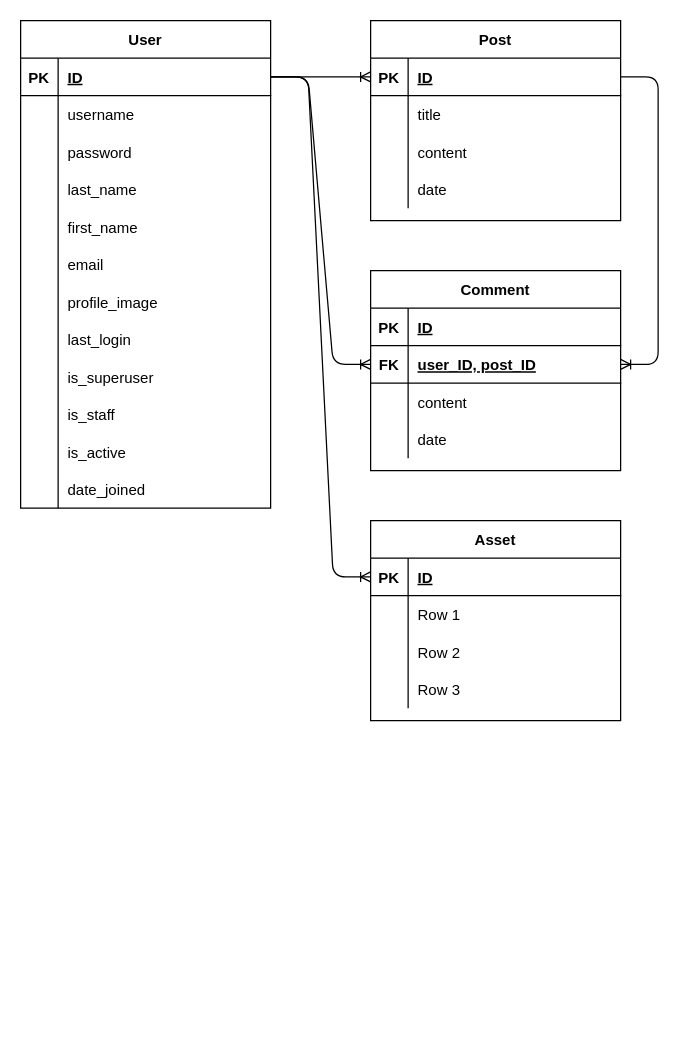
Above: plan/erd.drawio in onedaydev/OneDayAdventure (draw.io), before the change. Source tidied: cells renumbered, new cells numbered last; positions are measured from the earlier drawing's top-left corner, leaving out a move shared by most shapes. Both pictures are drawn from the tidied source at 125%, with x=0, y=0 at pixel (20, 20).
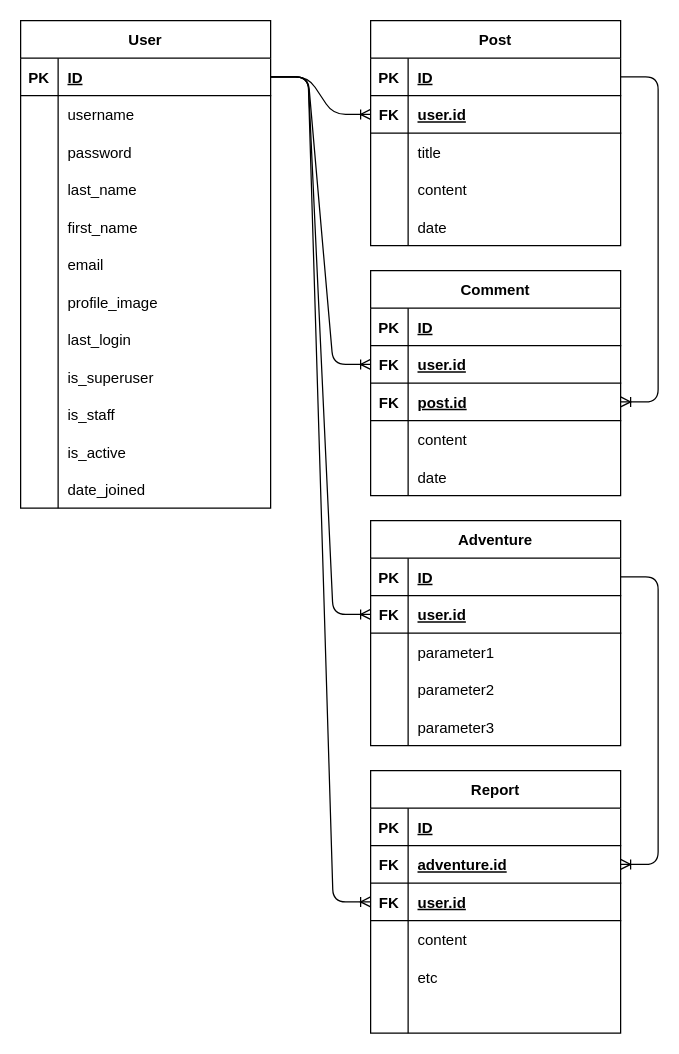
After the change.

The change refers to these unchanged cells:
```xml
<mxCell id="5" value="ID" style="shape=partialRectangle;fillColor=none;top=0;left=0;bottom=0;right=0;align=left;spacingLeft=6;fontStyle=5;overflow=hidden;" parent="3" vertex="1">
  <mxGeometry x="30" width="170" height="30" as="geometry" />
</mxCell>
<mxCell id="43" style="shape=tableRow;horizontal=0;startSize=0;swimlaneHead=0;swimlaneBody=0;fillColor=none;points=[[0,0.5],[1,0.5]];portConstraint=eastwest;top=0;left=0;right=0;bottom=1;" parent="39" vertex="1">
  <mxGeometry y="60" width="200" height="30" as="geometry" />
</mxCell>
<mxCell id="53" style="shape=tableRow;horizontal=0;startSize=0;swimlaneHead=0;swimlaneBody=0;fillColor=none;points=[[0,0.5],[1,0.5]];portConstraint=eastwest;top=0;left=0;right=0;bottom=1;" parent="52" vertex="1">
  <mxGeometry y="30" width="200" height="30" as="geometry" />
</mxCell>
<mxCell id="66" style="shape=tableRow;horizontal=0;startSize=0;swimlaneHead=0;swimlaneBody=0;fillColor=none;points=[[0,0.5],[1,0.5]];portConstraint=eastwest;top=0;left=0;right=0;bottom=1;" parent="65" vertex="1">
  <mxGeometry y="30" width="200" height="30" as="geometry" />
</mxCell>
```

The edit, as a diff of the source:
```diff
@@
     <mxCell id="39" value="Comment" style="shape=table;startSize=30;childLayout=tableLayout;rowLines=0;fontStyle=1;align=center;" parent="1" vertex="1">
-      <mxGeometry x="280" y="200" width="200" height="160" as="geometry" />
+      <mxGeometry x="280" y="200" width="200" height="180" as="geometry" />
     </mxCell>
@@
-    <mxCell id="45" value="user_ID, post_ID" style="shape=partialRectangle;fillColor=none;top=0;left=0;bottom=0;right=0;align=left;spacingLeft=6;fontStyle=5;overflow=hidden;" parent="43" vertex="1">
+    <mxCell id="45" value="user.id" style="shape=partialRectangle;fillColor=none;top=0;left=0;bottom=0;right=0;align=left;spacingLeft=6;fontStyle=5;overflow=hidden;" parent="43" vertex="1">
       <mxGeometry x="30" width="170" height="30" as="geometry" />
     </mxCell>
+    <mxCell id="82" style="shape=tableRow;horizontal=0;startSize=0;swimlaneHead=0;swimlaneBody=0;fillColor=none;points=[[0,0.5],[1,0.5]];portConstraint=eastwest;top=0;left=0;right=0;bottom=1;" parent="39" vertex="1">
+      <mxGeometry y="90" width="200" height="30" as="geometry" />
+    </mxCell>
+    <mxCell id="83" value="FK" style="shape=partialRectangle;fillColor=none;top=0;left=0;bottom=0;right=0;fontStyle=1;overflow=hidden;" parent="82" vertex="1">
+      <mxGeometry width="30" height="30" as="geometry" />
+    </mxCell>
+    <mxCell id="84" value="post.id" style="shape=partialRectangle;fillColor=none;top=0;left=0;bottom=0;right=0;align=left;spacingLeft=6;fontStyle=5;overflow=hidden;" parent="82" vertex="1">
+      <mxGeometry x="30" width="170" height="30" as="geometry" />
+    </mxCell>
     <mxCell id="46" style="shape=tableRow;horizontal=0;startSize=0;swimlaneHead=0;swimlaneBody=0;fillColor=none;top=0;left=0;right=0;bottom=0;" parent="39" vertex="1">
-      <mxGeometry y="90" width="200" height="30" as="geometry" />
+      <mxGeometry y="120" width="200" height="30" as="geometry" />
     </mxCell>
@@
     <mxCell id="49" style="shape=tableRow;horizontal=0;startSize=0;swimlaneHead=0;swimlaneBody=0;fillColor=none;top=0;left=0;right=0;bottom=0;" parent="39" vertex="1">
-      <mxGeometry y="120" width="200" height="30" as="geometry" />
+      <mxGeometry y="150" width="200" height="30" as="geometry" />
     </mxCell>
@@
     <mxCell id="52" value="Post" style="shape=table;startSize=30;childLayout=tableLayout;rowLines=0;fontStyle=1;align=center;" parent="1" vertex="1">
-      <mxGeometry x="280" width="200" height="160" as="geometry" />
+      <mxGeometry x="280" width="200" height="180" as="geometry" />
     </mxCell>
@@
+    <mxCell id="85" style="shape=tableRow;horizontal=0;startSize=0;swimlaneHead=0;swimlaneBody=0;fillColor=none;points=[[0,0.5],[1,0.5]];portConstraint=eastwest;top=0;left=0;right=0;bottom=1;" parent="52" vertex="1">
+      <mxGeometry y="60" width="200" height="30" as="geometry" />
+    </mxCell>
+    <mxCell id="86" value="FK" style="shape=partialRectangle;fillColor=none;top=0;left=0;bottom=0;right=0;fontStyle=1;overflow=hidden;" parent="85" vertex="1">
+      <mxGeometry width="30" height="30" as="geometry" />
+    </mxCell>
+    <mxCell id="87" value="user.id" style="shape=partialRectangle;fillColor=none;top=0;left=0;bottom=0;right=0;align=left;spacingLeft=6;fontStyle=5;overflow=hidden;" parent="85" vertex="1">
+      <mxGeometry x="30" width="170" height="30" as="geometry" />
+    </mxCell>
     <mxCell id="56" style="shape=tableRow;horizontal=0;startSize=0;swimlaneHead=0;swimlaneBody=0;fillColor=none;top=0;left=0;right=0;bottom=0;" parent="52" vertex="1">
-      <mxGeometry y="60" width="200" height="30" as="geometry" />
+      <mxGeometry y="90" width="200" height="30" as="geometry" />
     </mxCell>
@@
     <mxCell id="59" style="shape=tableRow;horizontal=0;startSize=0;swimlaneHead=0;swimlaneBody=0;fillColor=none;top=0;left=0;right=0;bottom=0;" parent="52" vertex="1">
-      <mxGeometry y="90" width="200" height="30" as="geometry" />
+      <mxGeometry y="120" width="200" height="30" as="geometry" />
     </mxCell>
@@
     <mxCell id="62" style="shape=tableRow;horizontal=0;startSize=0;swimlaneHead=0;swimlaneBody=0;fillColor=none;top=0;left=0;right=0;bottom=0;" parent="52" vertex="1">
-      <mxGeometry y="120" width="200" height="30" as="geometry" />
+      <mxGeometry y="150" width="200" height="30" as="geometry" />
     </mxCell>
@@
-    <mxCell id="65" value="Asset" style="shape=table;startSize=30;childLayout=tableLayout;rowLines=0;fontStyle=1;align=center;" parent="1" vertex="1">
-      <mxGeometry x="280" y="400" width="200" height="160" as="geometry" />
+    <mxCell id="65" value="Adventure" style="shape=table;startSize=30;childLayout=tableLayout;rowLines=0;fontStyle=1;align=center;" parent="1" vertex="1">
+      <mxGeometry x="280" y="400" width="200" height="180" as="geometry" />
     </mxCell>
@@
+    <mxCell id="88" style="shape=tableRow;horizontal=0;startSize=0;swimlaneHead=0;swimlaneBody=0;fillColor=none;points=[[0,0.5],[1,0.5]];portConstraint=eastwest;top=0;left=0;right=0;bottom=1;" parent="65" vertex="1">
+      <mxGeometry y="60" width="200" height="30" as="geometry" />
+    </mxCell>
+    <mxCell id="89" value="FK" style="shape=partialRectangle;fillColor=none;top=0;left=0;bottom=0;right=0;fontStyle=1;overflow=hidden;" parent="88" vertex="1">
+      <mxGeometry width="30" height="30" as="geometry" />
+    </mxCell>
+    <mxCell id="90" value="user.id" style="shape=partialRectangle;fillColor=none;top=0;left=0;bottom=0;right=0;align=left;spacingLeft=6;fontStyle=5;overflow=hidden;" parent="88" vertex="1">
+      <mxGeometry x="30" width="170" height="30" as="geometry" />
+    </mxCell>
     <mxCell id="69" style="shape=tableRow;horizontal=0;startSize=0;swimlaneHead=0;swimlaneBody=0;fillColor=none;top=0;left=0;right=0;bottom=0;" parent="65" vertex="1">
-      <mxGeometry y="60" width="200" height="30" as="geometry" />
+      <mxGeometry y="90" width="200" height="30" as="geometry" />
     </mxCell>
@@
-    <mxCell id="71" value="Row 1" style="shape=partialRectangle;fillColor=none;top=0;left=0;bottom=0;right=0;align=left;spacingLeft=6;overflow=hidden;" parent="69" vertex="1">
+    <mxCell id="71" value="parameter1" style="shape=partialRectangle;fillColor=none;top=0;left=0;bottom=0;right=0;align=left;spacingLeft=6;overflow=hidden;" parent="69" vertex="1">
       <mxGeometry x="30" width="170" height="30" as="geometry" />
     </mxCell>
     <mxCell id="72" style="shape=tableRow;horizontal=0;startSize=0;swimlaneHead=0;swimlaneBody=0;fillColor=none;top=0;left=0;right=0;bottom=0;" parent="65" vertex="1">
-      <mxGeometry y="90" width="200" height="30" as="geometry" />
+      <mxGeometry y="120" width="200" height="30" as="geometry" />
     </mxCell>
@@
-    <mxCell id="74" value="Row 2" style="shape=partialRectangle;fillColor=none;top=0;left=0;bottom=0;right=0;align=left;spacingLeft=6;overflow=hidden;" parent="72" vertex="1">
+    <mxCell id="74" value="parameter2" style="shape=partialRectangle;fillColor=none;top=0;left=0;bottom=0;right=0;align=left;spacingLeft=6;overflow=hidden;" parent="72" vertex="1">
       <mxGeometry x="30" width="170" height="30" as="geometry" />
     </mxCell>
     <mxCell id="75" style="shape=tableRow;horizontal=0;startSize=0;swimlaneHead=0;swimlaneBody=0;fillColor=none;top=0;left=0;right=0;bottom=0;" parent="65" vertex="1">
-      <mxGeometry y="120" width="200" height="30" as="geometry" />
+      <mxGeometry y="150" width="200" height="30" as="geometry" />
     </mxCell>
@@
-    <mxCell id="77" value="Row 3" style="shape=partialRectangle;fillColor=none;top=0;left=0;bottom=0;right=0;align=left;spacingLeft=6;overflow=hidden;" parent="75" vertex="1">
+    <mxCell id="77" value="parameter3" style="shape=partialRectangle;fillColor=none;top=0;left=0;bottom=0;right=0;align=left;spacingLeft=6;overflow=hidden;" parent="75" vertex="1">
       <mxGeometry x="30" width="170" height="30" as="geometry" />
     </mxCell>
-    <mxCell id="78" style="edgeStyle=entityRelationEdgeStyle;fontSize=12;html=1;endArrow=ERoneToMany;exitX=1;exitY=0.5;exitDx=0;exitDy=0;entryX=1;entryY=0.5;entryDx=0;entryDy=0;" parent="1" edge="1" source="53" target="43">
+    <mxCell id="78" style="edgeStyle=entityRelationEdgeStyle;fontSize=12;html=1;endArrow=ERoneToMany;exitX=1;exitY=0.5;exitDx=0;exitDy=0;entryX=1;entryY=0.5;entryDx=0;entryDy=0;" parent="1" edge="1" source="53" target="82">
       <mxGeometry relative="1" as="geometry" />
     </mxCell>
-    <mxCell id="79" style="edgeStyle=entityRelationEdgeStyle;fontSize=12;html=1;endArrow=ERoneToMany;entryX=0;entryY=0.5;entryDx=0;entryDy=0;exitX=1;exitY=0.5;exitDx=0;exitDy=0;" parent="1" edge="1" source="5" target="53">
+    <mxCell id="79" style="edgeStyle=entityRelationEdgeStyle;fontSize=12;html=1;endArrow=ERoneToMany;entryX=0;entryY=0.5;entryDx=0;entryDy=0;exitX=1;exitY=0.5;exitDx=0;exitDy=0;" parent="1" edge="1" source="5" target="85">
       <mxGeometry relative="1" as="geometry" />
     </mxCell>
@@
-    <mxCell id="81" style="edgeStyle=entityRelationEdgeStyle;fontSize=12;html=1;endArrow=ERoneToMany;entryX=0;entryY=0.5;entryDx=0;entryDy=0;exitX=1;exitY=0.5;exitDx=0;exitDy=0;" parent="1" edge="1" source="5" target="66">
+    <mxCell id="81" style="edgeStyle=entityRelationEdgeStyle;fontSize=12;html=1;endArrow=ERoneToMany;entryX=0;entryY=0.5;entryDx=0;entryDy=0;exitX=1;exitY=0.5;exitDx=0;exitDy=0;" parent="1" edge="1" source="5" target="88">
       <mxGeometry relative="1" as="geometry" />
     </mxCell>
+    <mxCell id="91" value="Report" style="shape=table;startSize=30;childLayout=tableLayout;rowLines=0;fontStyle=1;align=center;" parent="1" vertex="1">
+      <mxGeometry x="280" y="600" width="200" height="210" as="geometry" />
+    </mxCell>
+    <mxCell id="92" style="shape=tableRow;horizontal=0;startSize=0;swimlaneHead=0;swimlaneBody=0;fillColor=none;top=0;left=0;right=0;bottom=1;" parent="91" vertex="1">
+      <mxGeometry y="30" width="200" height="30" as="geometry" />
+    </mxCell>
+    <mxCell id="93" value="PK" style="shape=partialRectangle;fillColor=none;top=0;left=0;bottom=0;right=0;fontStyle=1;overflow=hidden;" parent="92" vertex="1">
+      <mxGeometry width="30" height="30" as="geometry" />
+    </mxCell>
+    <mxCell id="94" value="ID" style="shape=partialRectangle;fillColor=none;top=0;left=0;bottom=0;right=0;align=left;spacingLeft=6;fontStyle=5;overflow=hidden;" parent="92" vertex="1">
+      <mxGeometry x="30" width="170" height="30" as="geometry" />
+    </mxCell>
+    <mxCell id="95" style="shape=tableRow;horizontal=0;startSize=0;swimlaneHead=0;swimlaneBody=0;fillColor=none;points=[[0,0.5],[1,0.5]];portConstraint=eastwest;top=0;left=0;right=0;bottom=1;" parent="91" vertex="1">
+      <mxGeometry y="60" width="200" height="30" as="geometry" />
+    </mxCell>
+    <mxCell id="96" value="FK" style="shape=partialRectangle;fillColor=none;top=0;left=0;bottom=0;right=0;fontStyle=1;overflow=hidden;" parent="95" vertex="1">
+      <mxGeometry width="30" height="30" as="geometry" />
+    </mxCell>
+    <mxCell id="97" value="adventure.id" style="shape=partialRectangle;fillColor=none;top=0;left=0;bottom=0;right=0;align=left;spacingLeft=6;fontStyle=5;overflow=hidden;" parent="95" vertex="1">
+      <mxGeometry x="30" width="170" height="30" as="geometry" />
+    </mxCell>
+    <mxCell id="98" style="shape=tableRow;horizontal=0;startSize=0;swimlaneHead=0;swimlaneBody=0;fillColor=none;points=[[0,0.5],[1,0.5]];portConstraint=eastwest;top=0;left=0;right=0;bottom=1;" parent="91" vertex="1">
+      <mxGeometry y="90" width="200" height="30" as="geometry" />
+    </mxCell>
+    <mxCell id="99" value="FK" style="shape=partialRectangle;fillColor=none;top=0;left=0;bottom=0;right=0;fontStyle=1;overflow=hidden;" parent="98" vertex="1">
+      <mxGeometry width="30" height="30" as="geometry" />
+    </mxCell>
+    <mxCell id="100" value="user.id" style="shape=partialRectangle;fillColor=none;top=0;left=0;bottom=0;right=0;align=left;spacingLeft=6;fontStyle=5;overflow=hidden;" parent="98" vertex="1">
+      <mxGeometry x="30" width="170" height="30" as="geometry" />
+    </mxCell>
+    <mxCell id="101" style="shape=tableRow;horizontal=0;startSize=0;swimlaneHead=0;swimlaneBody=0;fillColor=none;top=0;left=0;right=0;bottom=0;" parent="91" vertex="1">
+      <mxGeometry y="120" width="200" height="30" as="geometry" />
+    </mxCell>
+    <mxCell id="102" style="shape=partialRectangle;fillColor=none;top=0;left=0;bottom=0;right=0;overflow=hidden;" parent="101" vertex="1">
+      <mxGeometry width="30" height="30" as="geometry" />
+    </mxCell>
+    <mxCell id="103" value="content" style="shape=partialRectangle;fillColor=none;top=0;left=0;bottom=0;right=0;align=left;spacingLeft=6;overflow=hidden;" parent="101" vertex="1">
+      <mxGeometry x="30" width="170" height="30" as="geometry" />
+    </mxCell>
+    <mxCell id="104" style="shape=tableRow;horizontal=0;startSize=0;swimlaneHead=0;swimlaneBody=0;fillColor=none;top=0;left=0;right=0;bottom=0;" parent="91" vertex="1">
+      <mxGeometry y="150" width="200" height="30" as="geometry" />
+    </mxCell>
+    <mxCell id="105" style="shape=partialRectangle;fillColor=none;top=0;left=0;bottom=0;right=0;overflow=hidden;" parent="104" vertex="1">
+      <mxGeometry width="30" height="30" as="geometry" />
+    </mxCell>
+    <mxCell id="106" value="etc" style="shape=partialRectangle;fillColor=none;top=0;left=0;bottom=0;right=0;align=left;spacingLeft=6;overflow=hidden;" parent="104" vertex="1">
+      <mxGeometry x="30" width="170" height="30" as="geometry" />
+    </mxCell>
+    <mxCell id="107" style="shape=tableRow;horizontal=0;startSize=0;swimlaneHead=0;swimlaneBody=0;fillColor=none;top=0;left=0;right=0;bottom=0;" parent="91" vertex="1">
+      <mxGeometry y="180" width="200" height="30" as="geometry" />
+    </mxCell>
+    <mxCell id="108" style="shape=partialRectangle;fillColor=none;top=0;left=0;bottom=0;right=0;overflow=hidden;" parent="107" vertex="1">
+      <mxGeometry width="30" height="30" as="geometry" />
+    </mxCell>
+    <mxCell id="109" style="shape=partialRectangle;fillColor=none;top=0;left=0;bottom=0;right=0;align=left;spacingLeft=6;overflow=hidden;" parent="107" vertex="1">
+      <mxGeometry x="30" width="170" height="30" as="geometry" />
+    </mxCell>
+    <mxCell id="110" style="edgeStyle=entityRelationEdgeStyle;fontSize=12;html=1;endArrow=ERoneToMany;entryX=0;entryY=0.5;entryDx=0;entryDy=0;exitX=1;exitY=0.5;exitDx=0;exitDy=0;" parent="1" edge="1" source="5" target="98">
+      <mxGeometry relative="1" as="geometry" />
+    </mxCell>
+    <mxCell id="111" style="edgeStyle=entityRelationEdgeStyle;fontSize=12;html=1;endArrow=ERoneToMany;entryX=1;entryY=0.5;entryDx=0;entryDy=0;exitX=1;exitY=0.5;exitDx=0;exitDy=0;" parent="1" edge="1" source="66" target="95">
+      <mxGeometry relative="1" as="geometry" />
+    </mxCell>
```
